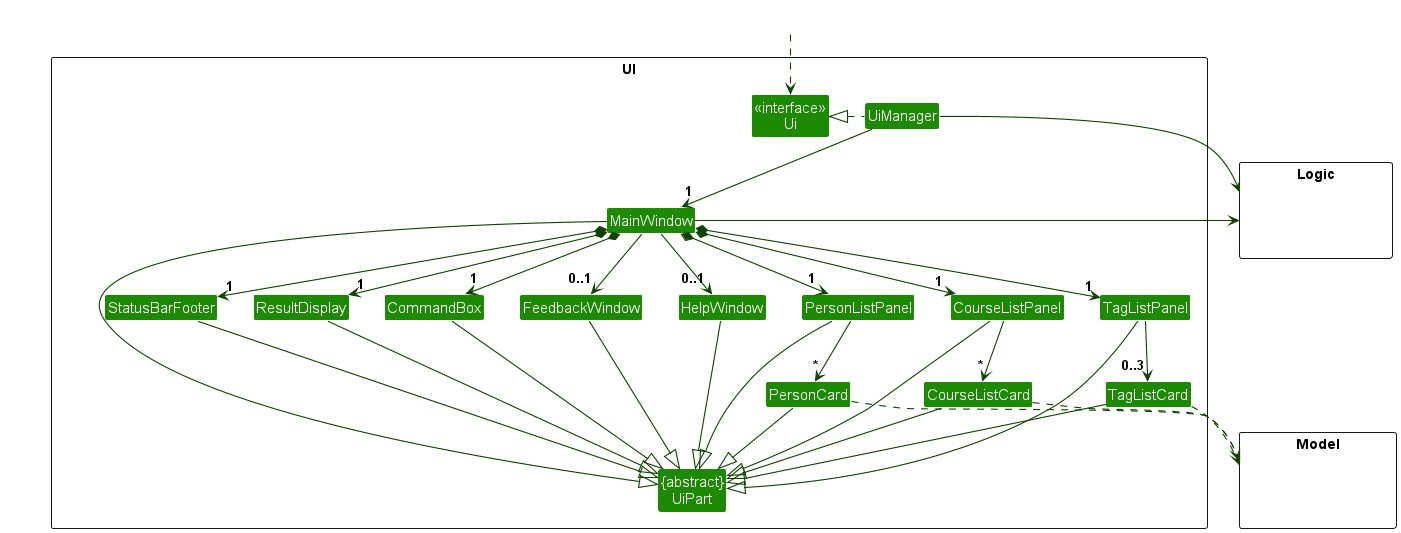
Earlier version of the PlantUML export docs/images/UiClassDiagram.png (tanteckfang/tp).
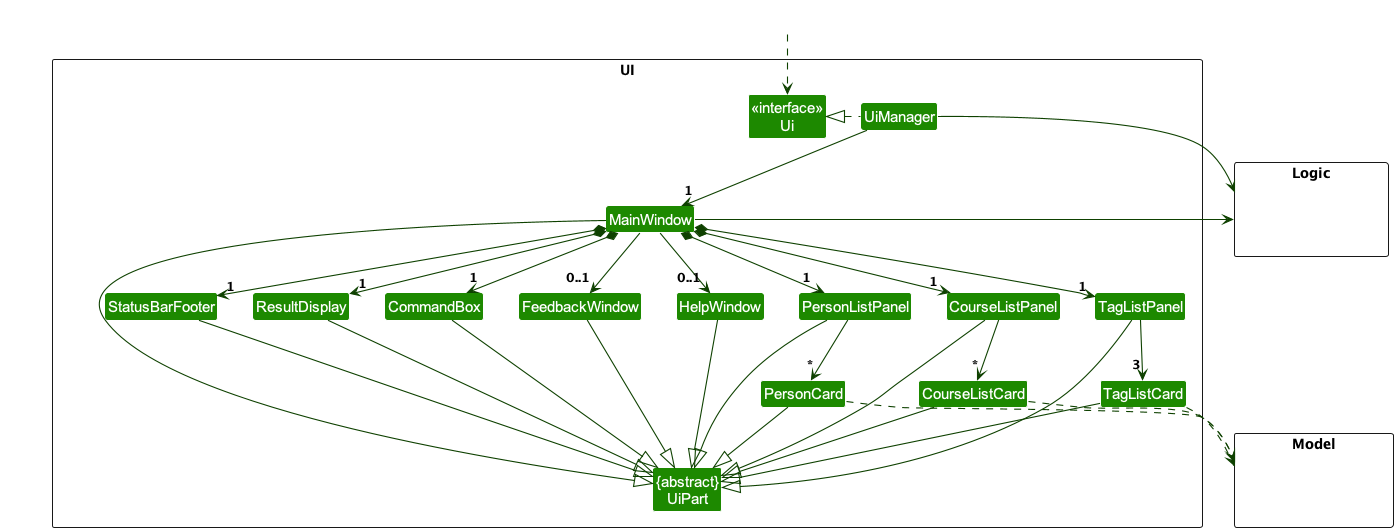
Later version of the same file.

What changed in the source:
```diff
@@ -46,7 +46,7 @@
 
 PersonListPanel -down-> "*" PersonCard
 CourseListPanel -down-> "*" CourseListCard
-TagListPanel -down-> "0..3" TagListCard
+TagListPanel -down-> "3" TagListCard
 
 MainWindow -left-|> UiPart
 
```
